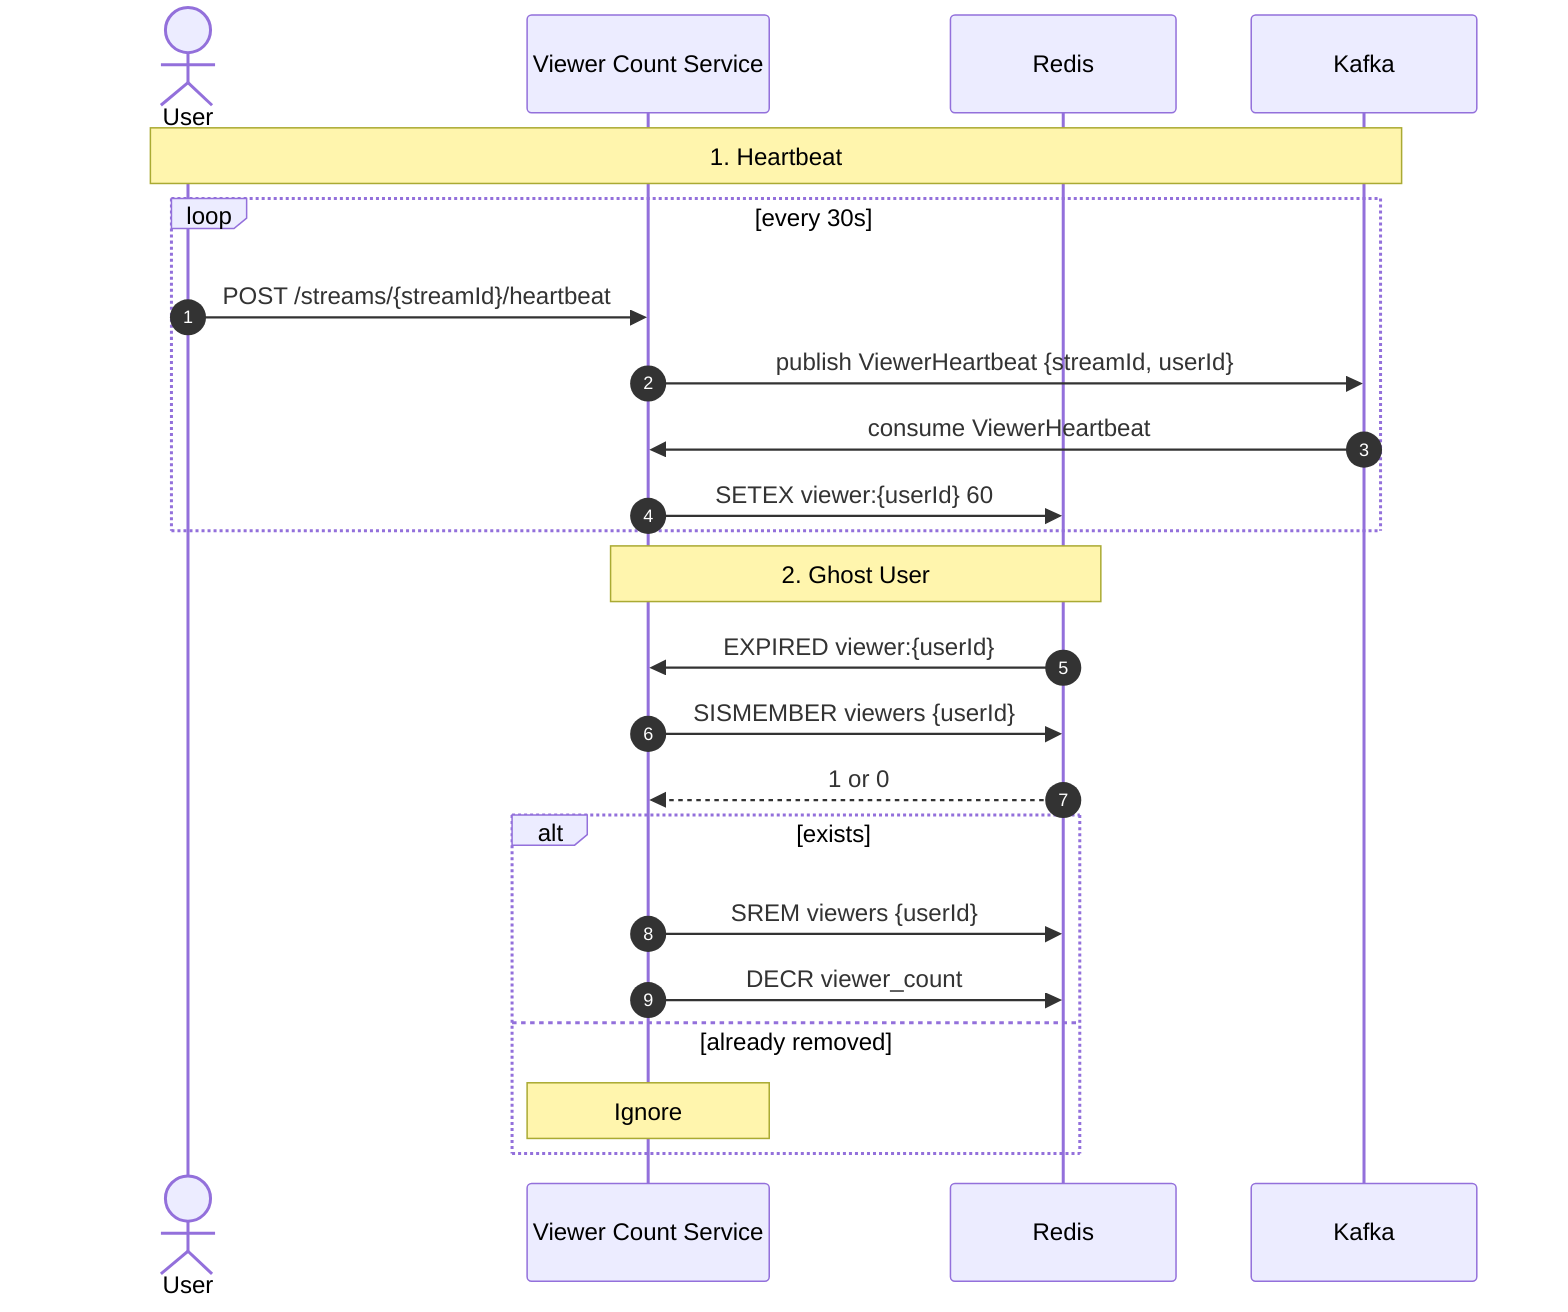
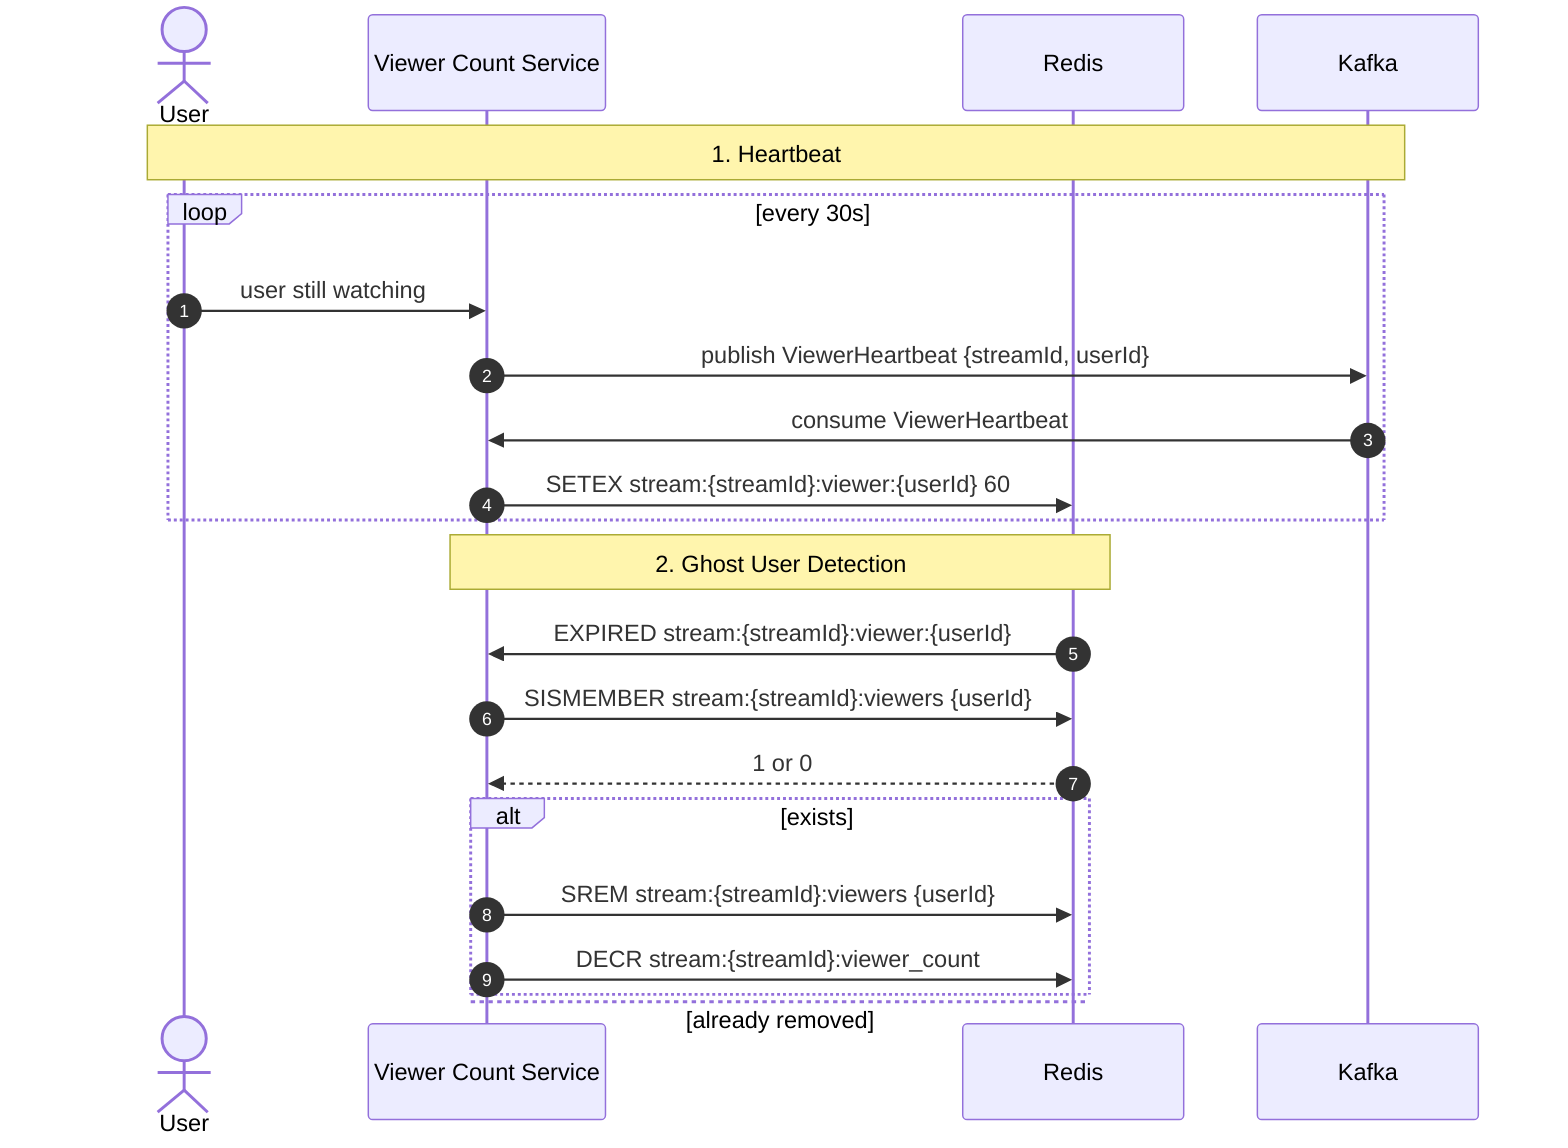
sequenceDiagram
    autonumber
    actor U as User
    participant V as Viewer Count Service
    participant R as Redis
    participant K as Kafka

    Note over U,K: 1. Heartbeat
    loop every 30s
-         U->>V: POST /streams/{streamId}/heartbeat
+         U->>V: user still watching
        V->>K: publish ViewerHeartbeat {streamId, userId}
        K->>V: consume ViewerHeartbeat
-         V->>R: SETEX viewer:{userId} 60
+         V->>R: SETEX stream:{streamId}:viewer:{userId} 60
    end

-     Note over V,R: 2. Ghost User
-     R->>V: EXPIRED viewer:{userId}
-     V->>R: SISMEMBER viewers {userId}
+     Note over V,R: 2. Ghost User Detection
+     R->>V: EXPIRED stream:{streamId}:viewer:{userId}
+     V->>R: SISMEMBER stream:{streamId}:viewers {userId}
    R-->>V: 1 or 0
    alt exists
-         V->>R: SREM viewers {userId}
-         V->>R: DECR viewer_count
+         V->>R: SREM stream:{streamId}:viewers {userId}
+         V->>R: DECR stream:{streamId}:viewer_count
    else already removed
-         Note over V: Ignore
    end